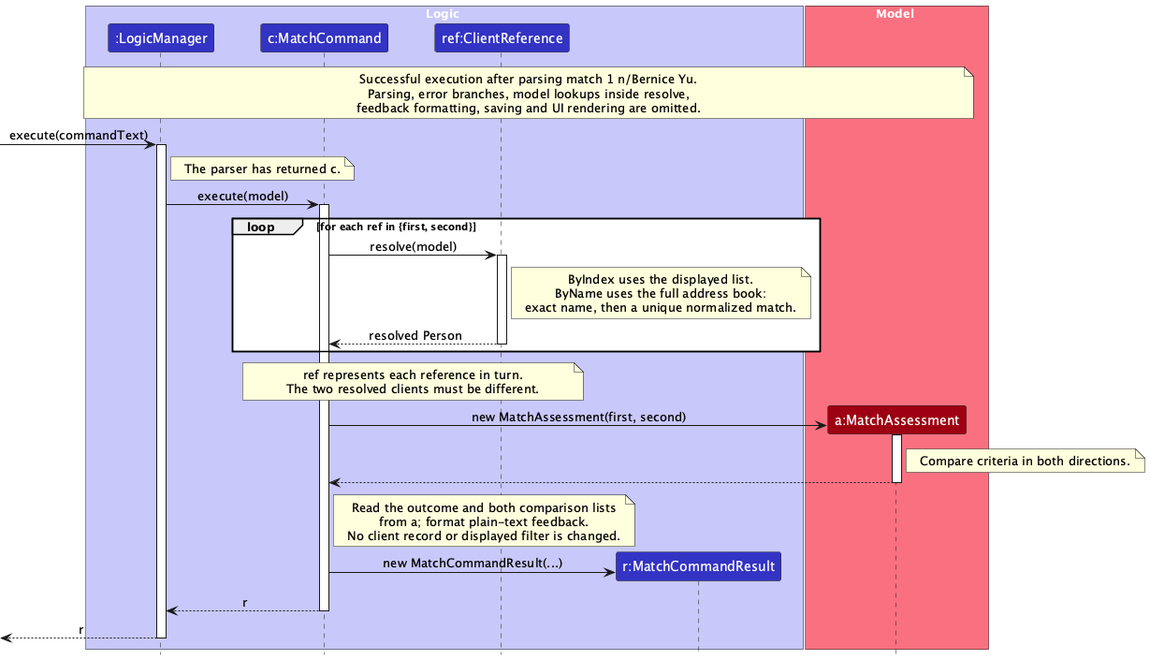
Above: docs/images/MatchSequenceDiagram.png in AY2627S1-CS2103T-W09-1/tp (PlantUML), before the change.
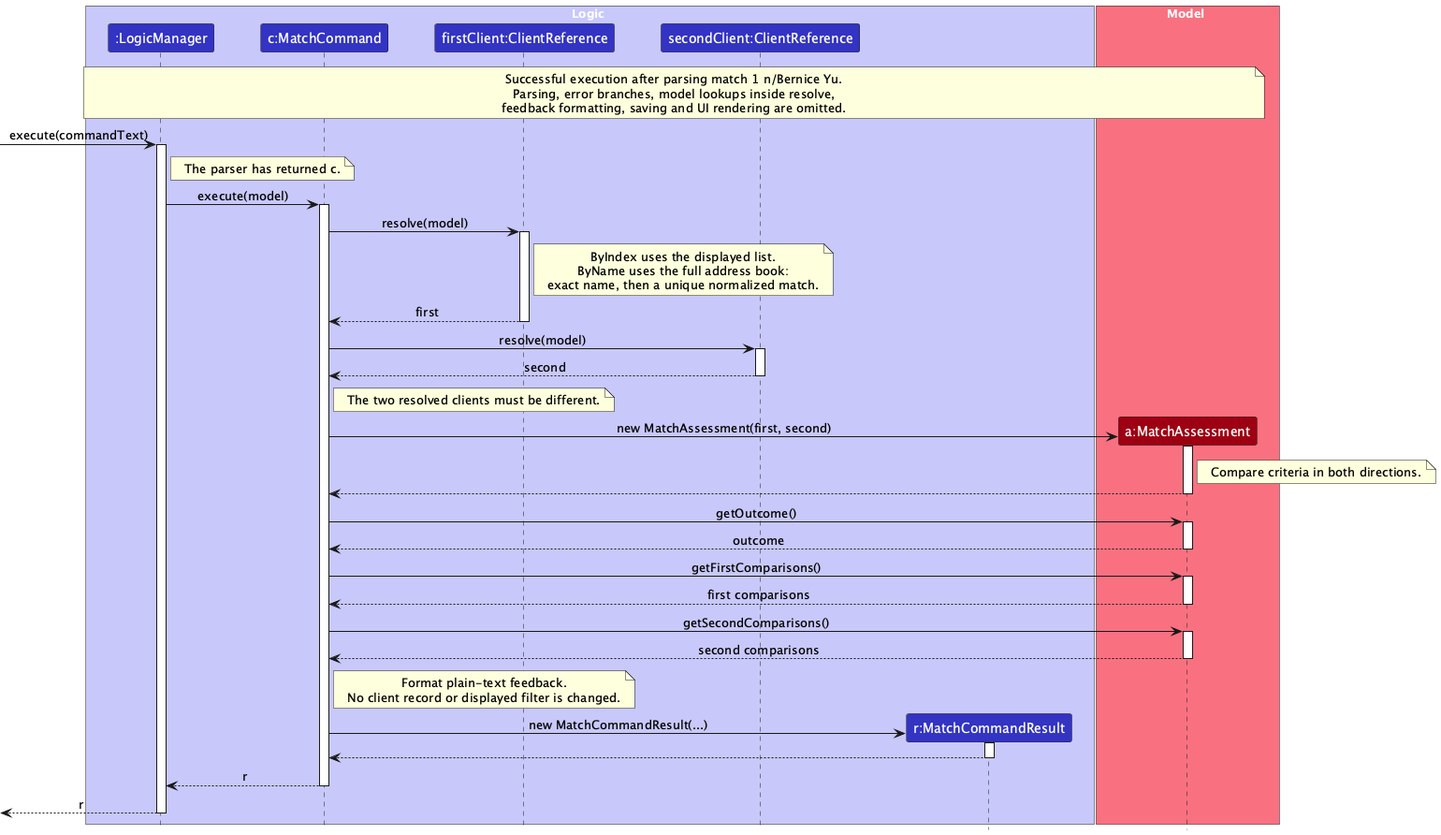
Above is the later version.

The edit, as a diff of the source:
```diff
@@ -6,7 +6,8 @@
 box Logic LOGIC_COLOR_T1
 participant ":LogicManager" as LogicManager LOGIC_COLOR
 participant "c:MatchCommand" as MatchCommand LOGIC_COLOR
-participant "ref:ClientReference" as ClientReference LOGIC_COLOR
+participant "firstClient:ClientReference" as FirstClient LOGIC_COLOR
+participant "secondClient:ClientReference" as SecondClient LOGIC_COLOR
 participant "r:MatchCommandResult" as MatchCommandResult LOGIC_COLOR
 end box
 
@@ -26,22 +27,22 @@
 LogicManager -> MatchCommand : execute(model)
 activate MatchCommand
 
-loop for each ref in {first, second}
-    MatchCommand -> ClientReference : resolve(model)
-    activate ClientReference
-    note right of ClientReference
-    ByIndex uses the displayed list.
-    ByName uses the full address book:
-    exact name, then a unique normalized match.
-    end note
-    ClientReference --> MatchCommand : resolved Person
-    deactivate ClientReference
-end
+MatchCommand -> FirstClient : resolve(model)
+activate FirstClient
+note right of FirstClient
+ByIndex uses the displayed list.
+ByName uses the full address book:
+exact name, then a unique normalized match.
+end note
+FirstClient --> MatchCommand : first
+deactivate FirstClient
 
-note over MatchCommand, ClientReference
-ref represents each reference in turn.
-The two resolved clients must be different.
-end note
+MatchCommand -> SecondClient : resolve(model)
+activate SecondClient
+SecondClient --> MatchCommand : second
+deactivate SecondClient
+
+note right of MatchCommand : The two resolved clients must be different.
 
 create MatchAssessment
 MatchCommand -> MatchAssessment : new MatchAssessment(first, second)
@@ -50,14 +51,31 @@
 MatchAssessment --> MatchCommand
  deactivate MatchAssessment
 
+MatchCommand -> MatchAssessment : getOutcome()
+activate MatchAssessment
+MatchAssessment --> MatchCommand : outcome
+deactivate MatchAssessment
+
+MatchCommand -> MatchAssessment : getFirstComparisons()
+activate MatchAssessment
+MatchAssessment --> MatchCommand : first comparisons
+deactivate MatchAssessment
+
+MatchCommand -> MatchAssessment : getSecondComparisons()
+activate MatchAssessment
+MatchAssessment --> MatchCommand : second comparisons
+deactivate MatchAssessment
+
 note right of MatchCommand
-Read the outcome and both comparison lists
-from a; format plain-text feedback.
+Format plain-text feedback.
 No client record or displayed filter is changed.
 end note
 
 create MatchCommandResult
 MatchCommand -> MatchCommandResult : new MatchCommandResult(...)
+activate MatchCommandResult
+MatchCommandResult --> MatchCommand
+deactivate MatchCommandResult
 MatchCommand --> LogicManager : r
  deactivate MatchCommand
 [<-- LogicManager : r
```
